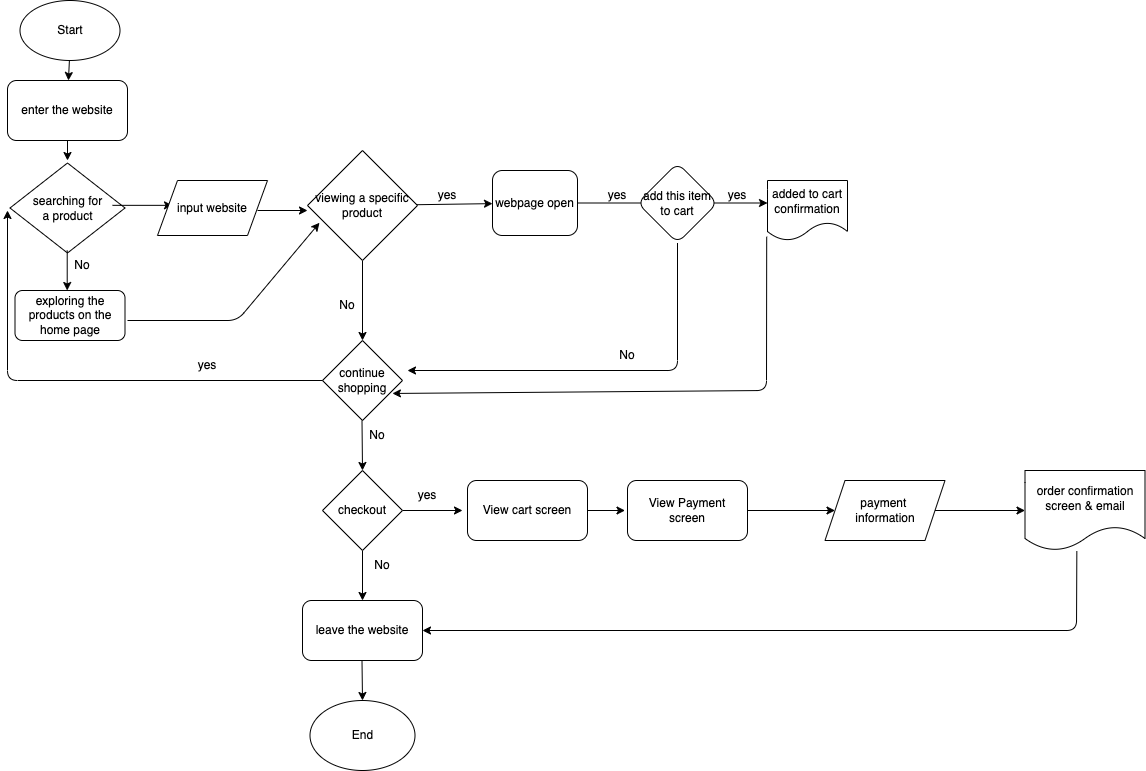
Before: explore/diagramming/diagram.drawio.png, a diagram exported from draw.io (jiaxin-yeah/fa22-cse110-lab4). Source tidied: cells renumbered, new cells last; positions are measured from the earlier drawing's top-left corner, leaving out a move shared by most shapes.
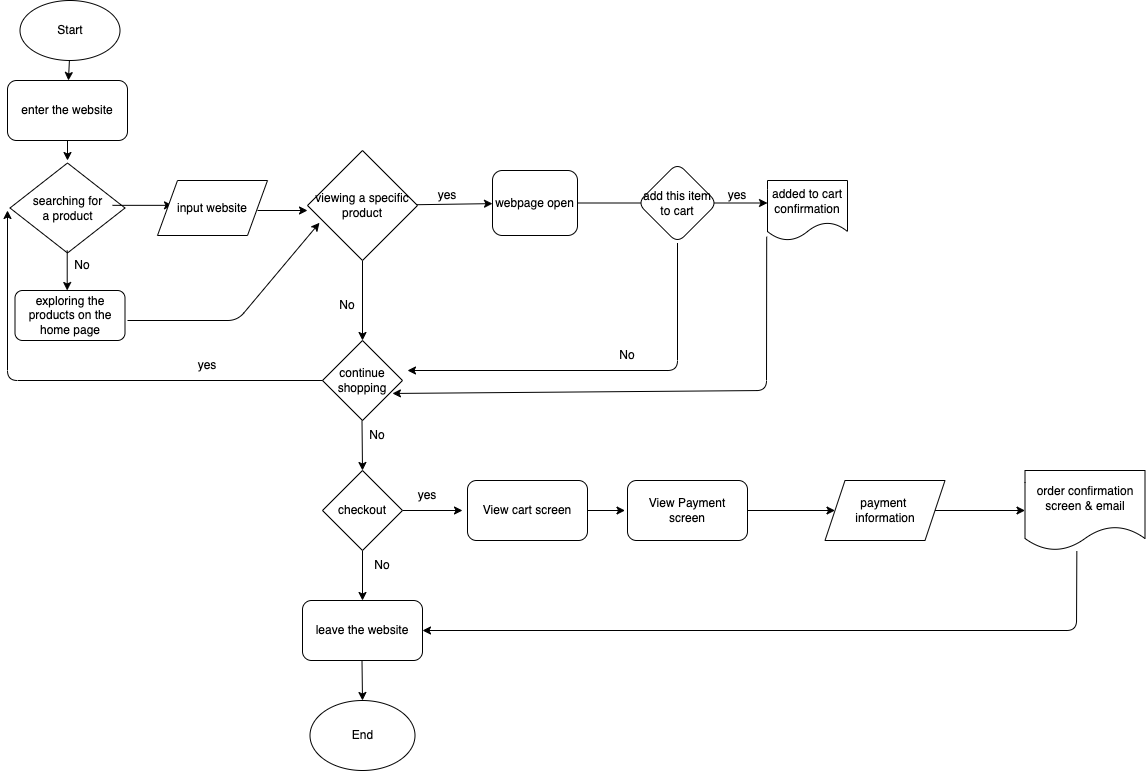
After the commit.

Change to the diagram source:
```diff
@@ -95,9 +95,6 @@
     <mxCell id="24" value="No" style="text;html=1;strokeColor=none;fillColor=none;align=center;verticalAlign=middle;whiteSpace=wrap;rounded=0;" parent="1" vertex="1">
       <mxGeometry x="590" y="340" width="60" height="30" as="geometry" />
     </mxCell>
-    <mxCell id="25" value="yes" style="text;html=1;strokeColor=none;fillColor=none;align=center;verticalAlign=middle;whiteSpace=wrap;rounded=0;" parent="1" vertex="1">
-      <mxGeometry x="580" y="180" width="60" height="30" as="geometry" />
-    </mxCell>
     <mxCell id="26" value="added to cart confirmation" style="shape=document;whiteSpace=wrap;html=1;boundedLbl=1;" parent="1" vertex="1">
       <mxGeometry x="760" y="180" width="80" height="60" as="geometry" />
     </mxCell>
```
